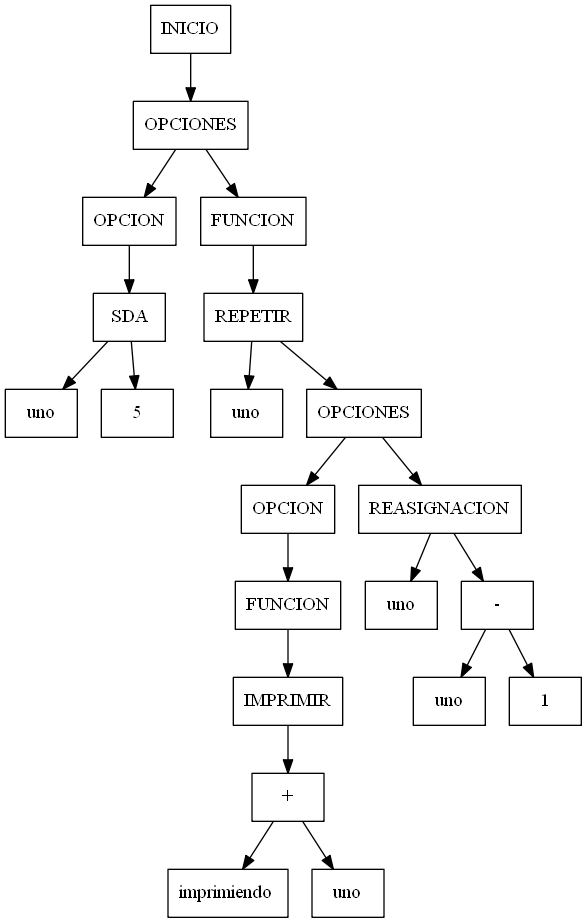
EleazarLopezOsuna/2019-SegundoSemestre-Compiladores1 keeps this Graphviz diagram as arbol.png. Above is the earlier version. Its source is kept beside it as arbol.dot.
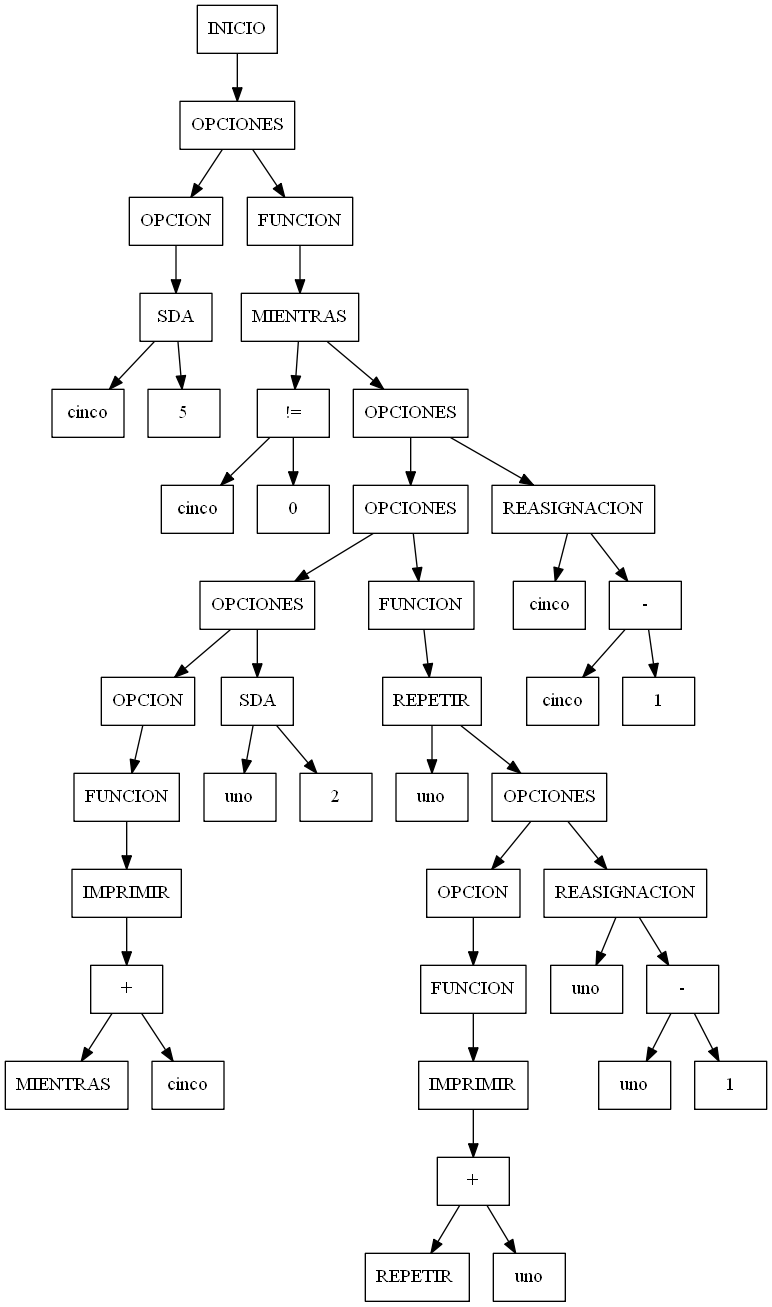
The same file after the commit.

Commit message:
Actualizacion de entornos en MIENTRAS y REPETIR. Funciones al 100 sin bugs

What changed in the source:
```diff
@@ -2,66 +2,132 @@
 node[shape=box];
 rankdir=UD;
 
-"21_INICIO"[label = "INICIO"];
-"20_OPCIONES"[label = "OPCIONES"];
-"21_INICIO"->"20_OPCIONES";
-"20_OPCIONES"[label = "OPCIONES"];
+"43_INICIO"[label = "INICIO"];
+"42_OPCIONES"[label = "OPCIONES"];
+"43_INICIO"->"42_OPCIONES";
+"42_OPCIONES"[label = "OPCIONES"];
 "4_OPCION"[label = "OPCION"];
-"20_OPCIONES"->"4_OPCION";
+"42_OPCIONES"->"4_OPCION";
 "4_OPCION"[label = "OPCION"];
 "3_SDA"[label = "SDA"];
 "4_OPCION"->"3_SDA";
 "3_SDA"[label = "SDA"];
-"2_ID"[label = "uno"];
+"2_ID"[label = "cinco"];
 "3_SDA"->"2_ID";
 "3_SDA"[label = "SDA"];
 "1_ENTERO"[label = "5"];
 "3_SDA"->"1_ENTERO";
-"20_OPCIONES"[label = "OPCIONES"];
-"19_FUNCION"[label = "FUNCION"];
-"20_OPCIONES"->"19_FUNCION";
-"19_FUNCION"[label = "FUNCION"];
-"18_REPETIR"[label = "REPETIR"];
-"19_FUNCION"->"18_REPETIR";
-"18_REPETIR"[label = "REPETIR"];
-"5_ID"[label = "uno"];
-"18_REPETIR"->"5_ID";
-"18_REPETIR"[label = "REPETIR"];
+"42_OPCIONES"[label = "OPCIONES"];
+"41_FUNCION"[label = "FUNCION"];
+"42_OPCIONES"->"41_FUNCION";
+"41_FUNCION"[label = "FUNCION"];
+"40_MIENTRAS"[label = "MIENTRAS"];
+"41_FUNCION"->"40_MIENTRAS";
+"40_MIENTRAS"[label = "MIENTRAS"];
+"7_!="[label = "!="];
+"40_MIENTRAS"->"7_!=";
+"7_!="[label = "!="];
+"5_ID"[label = "cinco"];
+"7_!="->"5_ID";
+"7_!="[label = "!="];
+"6_ENTERO"[label = "0"];
+"7_!="->"6_ENTERO";
+"40_MIENTRAS"[label = "MIENTRAS"];
+"39_OPCIONES"[label = "OPCIONES"];
+"40_MIENTRAS"->"39_OPCIONES";
+"39_OPCIONES"[label = "OPCIONES"];
+"33_OPCIONES"[label = "OPCIONES"];
+"39_OPCIONES"->"33_OPCIONES";
+"33_OPCIONES"[label = "OPCIONES"];
 "17_OPCIONES"[label = "OPCIONES"];
-"18_REPETIR"->"17_OPCIONES";
+"33_OPCIONES"->"17_OPCIONES";
 "17_OPCIONES"[label = "OPCIONES"];
-"11_OPCION"[label = "OPCION"];
-"17_OPCIONES"->"11_OPCION";
-"11_OPCION"[label = "OPCION"];
-"10_FUNCION"[label = "FUNCION"];
-"11_OPCION"->"10_FUNCION";
-"10_FUNCION"[label = "FUNCION"];
-"9_IMPRIMIR"[label = "IMPRIMIR"];
-"10_FUNCION"->"9_IMPRIMIR";
-"9_IMPRIMIR"[label = "IMPRIMIR"];
-"8_+"[label = "+"];
-"9_IMPRIMIR"->"8_+";
-"8_+"[label = "+"];
-"6_CADENA"[label = "imprimiendo "];
-"8_+"->"6_CADENA";
-"8_+"[label = "+"];
-"7_ID"[label = "uno"];
-"8_+"->"7_ID";
+"13_OPCION"[label = "OPCION"];
+"17_OPCIONES"->"13_OPCION";
+"13_OPCION"[label = "OPCION"];
+"12_FUNCION"[label = "FUNCION"];
+"13_OPCION"->"12_FUNCION";
+"12_FUNCION"[label = "FUNCION"];
+"11_IMPRIMIR"[label = "IMPRIMIR"];
+"12_FUNCION"->"11_IMPRIMIR";
+"11_IMPRIMIR"[label = "IMPRIMIR"];
+"10_+"[label = "+"];
+"11_IMPRIMIR"->"10_+";
+"10_+"[label = "+"];
+"8_CADENA"[label = "MIENTRAS "];
+"10_+"->"8_CADENA";
+"10_+"[label = "+"];
+"9_ID"[label = "cinco"];
+"10_+"->"9_ID";
 "17_OPCIONES"[label = "OPCIONES"];
-"16_REASIGNACION"[label = "REASIGNACION"];
-"17_OPCIONES"->"16_REASIGNACION";
-"16_REASIGNACION"[label = "REASIGNACION"];
+"16_SDA"[label = "SDA"];
+"17_OPCIONES"->"16_SDA";
+"16_SDA"[label = "SDA"];
 "15_ID"[label = "uno"];
-"16_REASIGNACION"->"15_ID";
-"16_REASIGNACION"[label = "REASIGNACION"];
-"14_-"[label = "-"];
-"16_REASIGNACION"->"14_-";
-"14_-"[label = "-"];
-"12_ID"[label = "uno"];
-"14_-"->"12_ID";
-"14_-"[label = "-"];
-"13_ENTERO"[label = "1"];
-"14_-"->"13_ENTERO";
+"16_SDA"->"15_ID";
+"16_SDA"[label = "SDA"];
+"14_ENTERO"[label = "2"];
+"16_SDA"->"14_ENTERO";
+"33_OPCIONES"[label = "OPCIONES"];
+"32_FUNCION"[label = "FUNCION"];
+"33_OPCIONES"->"32_FUNCION";
+"32_FUNCION"[label = "FUNCION"];
+"31_REPETIR"[label = "REPETIR"];
+"32_FUNCION"->"31_REPETIR";
+"31_REPETIR"[label = "REPETIR"];
+"18_ID"[label = "uno"];
+"31_REPETIR"->"18_ID";
+"31_REPETIR"[label = "REPETIR"];
+"30_OPCIONES"[label = "OPCIONES"];
+"31_REPETIR"->"30_OPCIONES";
+"30_OPCIONES"[label = "OPCIONES"];
+"24_OPCION"[label = "OPCION"];
+"30_OPCIONES"->"24_OPCION";
+"24_OPCION"[label = "OPCION"];
+"23_FUNCION"[label = "FUNCION"];
+"24_OPCION"->"23_FUNCION";
+"23_FUNCION"[label = "FUNCION"];
+"22_IMPRIMIR"[label = "IMPRIMIR"];
+"23_FUNCION"->"22_IMPRIMIR";
+"22_IMPRIMIR"[label = "IMPRIMIR"];
+"21_+"[label = "+"];
+"22_IMPRIMIR"->"21_+";
+"21_+"[label = "+"];
+"19_CADENA"[label = "REPETIR "];
+"21_+"->"19_CADENA";
+"21_+"[label = "+"];
+"20_ID"[label = "uno"];
+"21_+"->"20_ID";
+"30_OPCIONES"[label = "OPCIONES"];
+"29_REASIGNACION"[label = "REASIGNACION"];
+"30_OPCIONES"->"29_REASIGNACION";
+"29_REASIGNACION"[label = "REASIGNACION"];
+"28_ID"[label = "uno"];
+"29_REASIGNACION"->"28_ID";
+"29_REASIGNACION"[label = "REASIGNACION"];
+"27_-"[label = "-"];
+"29_REASIGNACION"->"27_-";
+"27_-"[label = "-"];
+"25_ID"[label = "uno"];
+"27_-"->"25_ID";
+"27_-"[label = "-"];
+"26_ENTERO"[label = "1"];
+"27_-"->"26_ENTERO";
+"39_OPCIONES"[label = "OPCIONES"];
+"38_REASIGNACION"[label = "REASIGNACION"];
+"39_OPCIONES"->"38_REASIGNACION";
+"38_REASIGNACION"[label = "REASIGNACION"];
+"37_ID"[label = "cinco"];
+"38_REASIGNACION"->"37_ID";
+"38_REASIGNACION"[label = "REASIGNACION"];
+"36_-"[label = "-"];
+"38_REASIGNACION"->"36_-";
+"36_-"[label = "-"];
+"34_ID"[label = "cinco"];
+"36_-"->"34_ID";
+"36_-"[label = "-"];
+"35_ENTERO"[label = "1"];
+"36_-"->"35_ENTERO";
 
 
 }
```
